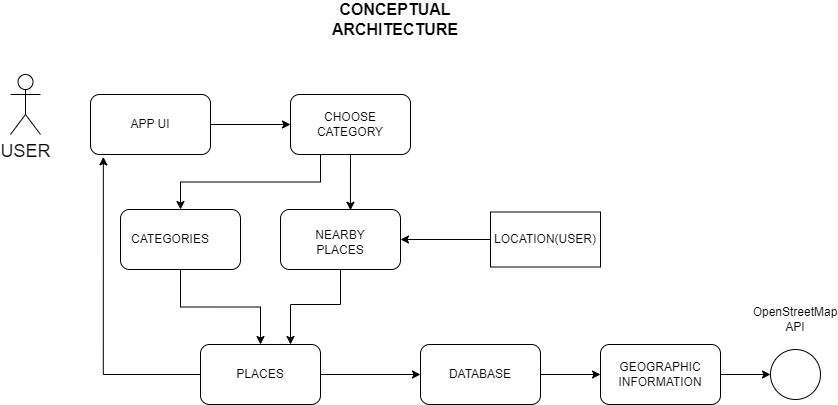
SazdovaEkaterina/StudySpot keeps this draw.io diagram as Домашна 2/architecture/Conceptual_View.png. Above is the earlier version. Source tidied: cells renumbered, new cells last; positions are measured from the earlier drawing's top-left corner, leaving out a move shared by most shapes.
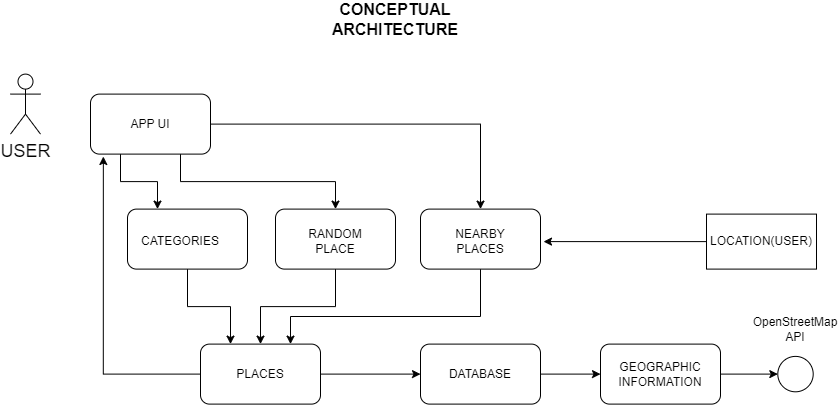
Above is the later version.

Commit message:
add new conceptual view photo

Change to the diagram source:
```diff
@@ -2,95 +2,80 @@
   <root>
     <mxCell id="0" />
     <mxCell id="1" parent="0" />
-    <mxCell id="2" style="edgeStyle=orthogonalEdgeStyle;rounded=0;jettySize=auto;html=1;exitX=0.5;exitY=1;exitDx=0;exitDy=0;entryX=0.583;entryY=0.013;entryDx=0;entryDy=0;entryPerimeter=0;" parent="1" edge="1" source="4" target="6">
-      <mxGeometry relative="1" as="geometry" />
-    </mxCell>
-    <mxCell id="3" style="edgeStyle=orthogonalEdgeStyle;rounded=0;jettySize=auto;html=1;exitX=0.25;exitY=1;exitDx=0;exitDy=0;" parent="1" edge="1" source="4" target="8">
-      <mxGeometry relative="1" as="geometry" />
-    </mxCell>
-    <mxCell id="4" style="rounded=1;whiteSpace=wrap;html=1;" parent="1" vertex="1">
-      <mxGeometry x="280" y="90" width="120" height="60" as="geometry" />
-    </mxCell>
-    <mxCell id="5" style="edgeStyle=orthogonalEdgeStyle;rounded=0;jettySize=auto;html=1;exitX=0.5;exitY=1;exitDx=0;exitDy=0;entryX=0.75;entryY=0;entryDx=0;entryDy=0;" parent="1" edge="1" source="6" target="29">
-      <mxGeometry relative="1" as="geometry">
-        <Array as="points">
-          <mxPoint x="330" y="300" />
-          <mxPoint x="280" y="300" />
-        </Array>
-      </mxGeometry>
-    </mxCell>
-    <mxCell id="6" style="rounded=1;whiteSpace=wrap;html=1;" parent="1" vertex="1">
-      <mxGeometry x="270" y="205" width="120" height="60" as="geometry" />
-    </mxCell>
-    <mxCell id="7" style="edgeStyle=orthogonalEdgeStyle;rounded=0;jettySize=auto;html=1;exitX=0.5;exitY=1;exitDx=0;exitDy=0;entryX=0.5;entryY=0;entryDx=0;entryDy=0;" parent="1" edge="1" source="8" target="29">
-      <mxGeometry relative="1" as="geometry" />
-    </mxCell>
-    <mxCell id="8" style="rounded=1;whiteSpace=wrap;html=1;" parent="1" vertex="1">
-      <mxGeometry x="110" y="205" width="120" height="60" as="geometry" />
-    </mxCell>
-    <mxCell id="9" style="edgeStyle=orthogonalEdgeStyle;rounded=0;jettySize=auto;html=1;exitX=1;exitY=0.5;exitDx=0;exitDy=0;" parent="1" edge="1" source="10" target="4">
-      <mxGeometry relative="1" as="geometry" />
-    </mxCell>
-    <mxCell id="10" style="rounded=1;whiteSpace=wrap;html=1;" parent="1" vertex="1">
-      <mxGeometry x="80" y="90" width="120" height="60" as="geometry" />
-    </mxCell>
-    <mxCell id="11" value="NEARBY PLACES" style="text;html=1;strokeColor=none;fillColor=none;align=center;verticalAlign=middle;whiteSpace=wrap;rounded=0;" parent="1" vertex="1">
-      <mxGeometry x="300" y="222.5" width="60" height="30" as="geometry" />
-    </mxCell>
+    <mxCell id="33" style="edgeStyle=orthogonalEdgeStyle;rounded=0;jettySize=auto;html=1;exitX=0.5;exitY=1;exitDx=0;exitDy=0;entryX=0.25;entryY=0;entryDx=0;entryDy=0;" parent="1" edge="1" source="34" target="49">
+      <mxGeometry relative="1" as="geometry" />
+    </mxCell>
+    <mxCell id="34" style="rounded=1;whiteSpace=wrap;html=1;" parent="1" vertex="1">
+      <mxGeometry x="117" y="205" width="120" height="60" as="geometry" />
+    </mxCell>
+    <mxCell id="35" style="edgeStyle=orthogonalEdgeStyle;rounded=0;jettySize=auto;html=1;exitX=0.25;exitY=1;exitDx=0;exitDy=0;entryX=0.25;entryY=0;entryDx=0;entryDy=0;" parent="1" edge="1" source="38" target="34">
+      <mxGeometry relative="1" as="geometry" />
+    </mxCell>
+    <mxCell id="36" style="edgeStyle=orthogonalEdgeStyle;rounded=0;jettySize=auto;html=1;exitX=0.75;exitY=1;exitDx=0;exitDy=0;entryX=0.5;entryY=0;entryDx=0;entryDy=0;" parent="1" edge="1" source="38" target="51">
+      <mxGeometry relative="1" as="geometry" />
+    </mxCell>
+    <mxCell id="37" style="edgeStyle=orthogonalEdgeStyle;rounded=0;jettySize=auto;html=1;exitX=1;exitY=0.5;exitDx=0;exitDy=0;entryX=0.5;entryY=0;entryDx=0;entryDy=0;" parent="1" edge="1" source="38" target="53">
+      <mxGeometry relative="1" as="geometry" />
+    </mxCell>
+    <mxCell id="38" style="rounded=1;whiteSpace=wrap;html=1;" parent="1" vertex="1">
+      <mxGeometry x="80" y="90" width="120" height="60" as="geometry" />
+    </mxCell>
     <mxCell id="12" value="APP UI" style="text;html=1;strokeColor=none;fillColor=none;align=center;verticalAlign=middle;whiteSpace=wrap;rounded=0;" parent="1" vertex="1">
       <mxGeometry x="110" y="105" width="60" height="30" as="geometry" />
     </mxCell>
-    <mxCell id="13" value="CHOOSE CATEGORY" style="text;html=1;strokeColor=none;fillColor=none;align=center;verticalAlign=middle;whiteSpace=wrap;rounded=0;" parent="1" vertex="1">
-      <mxGeometry x="310" y="105" width="60" height="30" as="geometry" />
-    </mxCell>
     <mxCell id="14" value="CATEGORIES&lt;br&gt;" style="text;html=1;strokeColor=none;fillColor=none;align=center;verticalAlign=middle;whiteSpace=wrap;rounded=0;" parent="1" vertex="1">
-      <mxGeometry x="130" y="220" width="60" height="30" as="geometry" />
+      <mxGeometry x="140" y="222.5" width="60" height="30" as="geometry" />
     </mxCell>
-    <mxCell id="15" style="edgeStyle=orthogonalEdgeStyle;rounded=0;jettySize=auto;html=1;exitX=1;exitY=0.5;exitDx=0;exitDy=0;entryX=0;entryY=0.5;entryDx=0;entryDy=0;" parent="1" edge="1" source="16" target="22">
-      <mxGeometry relative="1" as="geometry" />
-    </mxCell>
-    <mxCell id="16" style="rounded=1;whiteSpace=wrap;html=1;" parent="1" vertex="1">
-      <mxGeometry x="410" y="340" width="120" height="60" as="geometry" />
-    </mxCell>
+    <mxCell id="39" style="edgeStyle=orthogonalEdgeStyle;rounded=0;jettySize=auto;html=1;exitX=1;exitY=0.5;exitDx=0;exitDy=0;entryX=0;entryY=0.5;entryDx=0;entryDy=0;" parent="1" edge="1" source="40" target="44">
+      <mxGeometry relative="1" as="geometry" />
+    </mxCell>
+    <mxCell id="40" style="rounded=1;whiteSpace=wrap;html=1;" parent="1" vertex="1">
+      <mxGeometry x="410" y="340" width="120" height="60" as="geometry" />
+    </mxCell>
     <mxCell id="17" value="DATABASE" style="text;html=1;strokeColor=none;fillColor=none;align=center;verticalAlign=middle;whiteSpace=wrap;rounded=0;" parent="1" vertex="1">
       <mxGeometry x="440" y="355" width="60" height="30" as="geometry" />
     </mxCell>
-    <mxCell id="18" style="edgeStyle=orthogonalEdgeStyle;rounded=0;jettySize=auto;html=1;exitX=0;exitY=0.5;exitDx=0;exitDy=0;entryX=1;entryY=0.5;entryDx=0;entryDy=0;" parent="1" edge="1" source="19" target="6">
-      <mxGeometry relative="1" as="geometry" />
-    </mxCell>
-    <mxCell id="19" style="rounded=0;whiteSpace=wrap;html=1;" parent="1" vertex="1">
-      <mxGeometry x="480" y="207.5" width="110" height="55" as="geometry" />
-    </mxCell>
+    <mxCell id="41" style="edgeStyle=orthogonalEdgeStyle;rounded=0;jettySize=auto;html=1;exitX=0;exitY=0.5;exitDx=0;exitDy=0;entryX=1;entryY=0.5;entryDx=0;entryDy=0;" parent="1" edge="1" source="42">
+      <mxGeometry relative="1" as="geometry">
+        <mxPoint x="533" y="237.5" as="targetPoint" />
+      </mxGeometry>
+    </mxCell>
+    <mxCell id="42" style="rounded=0;whiteSpace=wrap;html=1;" parent="1" vertex="1">
+      <mxGeometry x="696" y="210" width="110" height="55" as="geometry" />
+    </mxCell>
     <mxCell id="20" value="LOCATION(USER)" style="text;html=1;strokeColor=none;fillColor=none;align=center;verticalAlign=middle;whiteSpace=wrap;rounded=0;" parent="1" vertex="1">
-      <mxGeometry x="505" y="220" width="60" height="30" as="geometry" />
+      <mxGeometry x="721" y="222.5" width="60" height="30" as="geometry" />
     </mxCell>
-    <mxCell id="21" style="edgeStyle=orthogonalEdgeStyle;rounded=0;jettySize=auto;html=1;exitX=1;exitY=0.5;exitDx=0;exitDy=0;entryX=0;entryY=0.5;entryDx=0;entryDy=0;" parent="1" edge="1" source="22" target="24">
-      <mxGeometry relative="1" as="geometry" />
-    </mxCell>
-    <mxCell id="22" style="rounded=1;whiteSpace=wrap;html=1;" parent="1" vertex="1">
-      <mxGeometry x="590" y="340" width="120" height="60" as="geometry" />
-    </mxCell>
+    <mxCell id="43" style="edgeStyle=orthogonalEdgeStyle;rounded=0;jettySize=auto;html=1;exitX=1;exitY=0.5;exitDx=0;exitDy=0;entryX=0;entryY=0.5;entryDx=0;entryDy=0;" parent="1" edge="1" source="44" target="45">
+      <mxGeometry relative="1" as="geometry" />
+    </mxCell>
+    <mxCell id="44" style="rounded=1;whiteSpace=wrap;html=1;" parent="1" vertex="1">
+      <mxGeometry x="590" y="340" width="120" height="60" as="geometry" />
+    </mxCell>
     <mxCell id="23" value="GEOGRAPHIC INFORMATION" style="text;html=1;strokeColor=none;fillColor=none;align=center;verticalAlign=middle;whiteSpace=wrap;rounded=0;" parent="1" vertex="1">
       <mxGeometry x="620" y="355" width="60" height="30" as="geometry" />
     </mxCell>
-    <mxCell id="24" style="ellipse;whiteSpace=wrap;html=1;" parent="1" vertex="1">
-      <mxGeometry x="760" y="345" width="50" height="50" as="geometry" />
-    </mxCell>
+    <mxCell id="45" style="ellipse;whiteSpace=wrap;html=1;" parent="1" vertex="1">
+      <mxGeometry x="767.3" y="352.3" width="35.4" height="35.4" as="geometry" />
+    </mxCell>
     <mxCell id="25" value="OpenStreetMap API" style="text;html=1;strokeColor=none;fillColor=none;align=center;verticalAlign=middle;whiteSpace=wrap;rounded=0;" parent="1" vertex="1">
-      <mxGeometry x="755" y="300" width="60" height="30" as="geometry" />
+      <mxGeometry x="755" y="310" width="60" height="30" as="geometry" />
     </mxCell>
-    <mxCell id="26" style="edgeStyle=orthogonalEdgeStyle;rounded=0;orthogonalLoop=1;jettySize=auto;html=1;exitX=0.5;exitY=1;exitDx=0;exitDy=0;" parent="1" edge="1" source="4" target="4">
-      <mxGeometry relative="1" as="geometry" />
-    </mxCell>
-    <mxCell id="27" style="edgeStyle=orthogonalEdgeStyle;rounded=0;jettySize=auto;html=1;exitX=1;exitY=0.5;exitDx=0;exitDy=0;entryX=0;entryY=0.5;entryDx=0;entryDy=0;" parent="1" edge="1" source="29" target="16">
-      <mxGeometry relative="1" as="geometry" />
-    </mxCell>
-    <mxCell id="28" style="edgeStyle=orthogonalEdgeStyle;rounded=0;jettySize=auto;html=1;exitX=0;exitY=0.5;exitDx=0;exitDy=0;entryX=0.107;entryY=1.04;entryDx=0;entryDy=0;entryPerimeter=0;fontSize=18;" parent="1" edge="1" source="29" target="10">
-      <mxGeometry relative="1" as="geometry" />
-    </mxCell>
-    <mxCell id="29" style="rounded=1;whiteSpace=wrap;html=1;" parent="1" vertex="1">
-      <mxGeometry x="190" y="340" width="120" height="60" as="geometry" />
-    </mxCell>
+    <mxCell id="46" style="edgeStyle=orthogonalEdgeStyle;rounded=0;orthogonalLoop=1;jettySize=auto;html=1;exitX=0.5;exitY=1;exitDx=0;exitDy=0;" parent="1" edge="1">
+      <mxGeometry relative="1" as="geometry">
+        <mxPoint x="340" y="150" as="sourcePoint" />
+        <mxPoint x="340" y="150" as="targetPoint" />
+      </mxGeometry>
+    </mxCell>
+    <mxCell id="47" style="edgeStyle=orthogonalEdgeStyle;rounded=0;jettySize=auto;html=1;exitX=1;exitY=0.5;exitDx=0;exitDy=0;entryX=0;entryY=0.5;entryDx=0;entryDy=0;" parent="1" edge="1" source="49" target="40">
+      <mxGeometry relative="1" as="geometry" />
+    </mxCell>
+    <mxCell id="48" style="edgeStyle=orthogonalEdgeStyle;rounded=0;jettySize=auto;html=1;exitX=0;exitY=0.5;exitDx=0;exitDy=0;entryX=0.107;entryY=1.04;entryDx=0;entryDy=0;entryPerimeter=0;fontSize=18;" parent="1" edge="1" source="49" target="38">
+      <mxGeometry relative="1" as="geometry" />
+    </mxCell>
+    <mxCell id="49" style="rounded=1;whiteSpace=wrap;html=1;" parent="1" vertex="1">
+      <mxGeometry x="190" y="340" width="120" height="60" as="geometry" />
+    </mxCell>
     <mxCell id="30" value="PLACES" style="text;html=1;strokeColor=none;fillColor=none;align=center;verticalAlign=middle;whiteSpace=wrap;rounded=0;" parent="1" vertex="1">
       <mxGeometry x="220" y="355" width="60" height="30" as="geometry" />
     </mxCell>
@@ -100,5 +85,28 @@
     <mxCell id="32" value="USER" style="shape=umlActor;verticalLabelPosition=bottom;verticalAlign=top;html=1;fontSize=18;" parent="1" vertex="1">
       <mxGeometry y="70" width="30" height="60" as="geometry" />
     </mxCell>
+    <mxCell id="50" style="edgeStyle=orthogonalEdgeStyle;rounded=0;jettySize=auto;html=1;exitX=0.5;exitY=1;exitDx=0;exitDy=0;entryX=0.5;entryY=0;entryDx=0;entryDy=0;" parent="1" edge="1" source="51" target="49">
+      <mxGeometry relative="1" as="geometry" />
+    </mxCell>
+    <mxCell id="51" style="rounded=1;whiteSpace=wrap;html=1;" parent="1" vertex="1">
+      <mxGeometry x="265" y="205" width="120" height="60" as="geometry" />
+    </mxCell>
+    <mxCell id="52" style="edgeStyle=orthogonalEdgeStyle;rounded=0;jettySize=auto;html=1;exitX=0.5;exitY=1;exitDx=0;exitDy=0;entryX=0.75;entryY=0;entryDx=0;entryDy=0;" parent="1" edge="1" source="53" target="49">
+      <mxGeometry relative="1" as="geometry">
+        <Array as="points">
+          <mxPoint x="470" y="312.4" />
+          <mxPoint x="280" y="312.4" />
+        </Array>
+      </mxGeometry>
+    </mxCell>
+    <mxCell id="53" style="rounded=1;whiteSpace=wrap;html=1;" parent="1" vertex="1">
+      <mxGeometry x="410" y="205" width="120" height="60" as="geometry" />
+    </mxCell>
+    <mxCell id="11" value="NEARBY PLACES" style="text;html=1;strokeColor=none;fillColor=none;align=center;verticalAlign=middle;whiteSpace=wrap;rounded=0;" parent="1" vertex="1">
+      <mxGeometry x="440" y="222.5" width="60" height="30" as="geometry" />
+    </mxCell>
+    <mxCell id="54" value="RANDOM PLACE" style="text;html=1;strokeColor=none;fillColor=none;align=center;verticalAlign=middle;whiteSpace=wrap;rounded=0;" parent="1" vertex="1">
+      <mxGeometry x="295" y="222.5" width="60" height="30" as="geometry" />
+    </mxCell>
   </root>
 </mxGraphModel>
```
